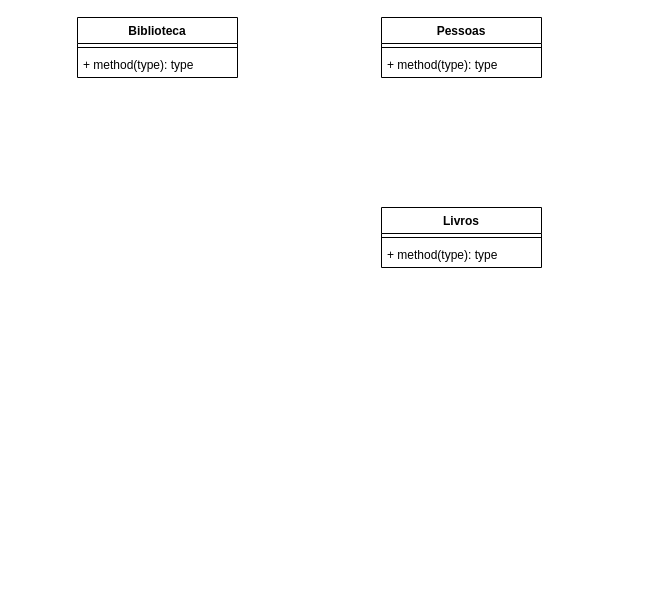
This is uml_biblioteca.drawio from vittoralcan/uml_biblioteca, a draw.io file, before an edit. Source tidied: cells renumbered, new cells numbered last; positions are measured from the earlier drawing's top-left corner, leaving out a move shared by most shapes. Both pictures are drawn from the tidied source at 100%, with x=0, y=0 at pixel (77, 17).
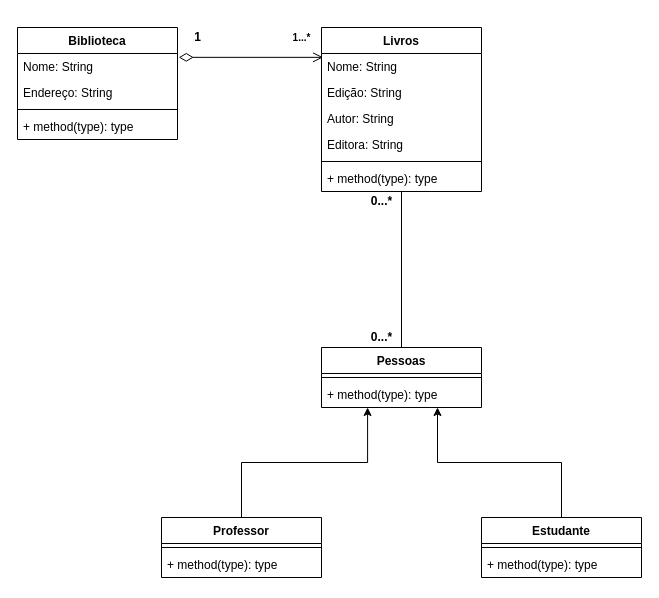
Above is the later version.

Commit message:
Novas alterações uml_biblioteca.drawio

The change refers to these unchanged cells:
```xml
<mxCell id="7" value="+ method(type): type" style="text;strokeColor=none;fillColor=none;align=left;verticalAlign=top;spacingLeft=4;spacingRight=4;overflow=hidden;points=[[0,0.5],[1,0.5]];portConstraint=eastwest;whiteSpace=wrap;html=1;" parent="5" vertex="1">
  <mxGeometry y="34" width="160" height="26" as="geometry" />
</mxCell>
```

The edit, as a diff of the source:
```diff
@@
     <mxCell id="2" value="Biblioteca" style="swimlane;fontStyle=1;align=center;verticalAlign=top;horizontal=1;startSize=26;whiteSpace=wrap;html=1;" parent="1" vertex="1">
-      <mxGeometry width="160" height="60" as="geometry" />
+      <mxGeometry x="-60" y="10" width="160" height="112" as="geometry" />
     </mxCell>
+    <mxCell id="11" value="Nome: String" style="text;strokeColor=none;fillColor=none;align=left;verticalAlign=top;spacingLeft=4;spacingRight=4;overflow=hidden;points=[[0,0.5],[1,0.5]];portConstraint=eastwest;whiteSpace=wrap;html=1;" parent="2" vertex="1">
+      <mxGeometry y="26" width="160" height="26" as="geometry" />
+    </mxCell>
+    <mxCell id="12" value="Endereço: String" style="text;strokeColor=none;fillColor=none;align=left;verticalAlign=top;spacingLeft=4;spacingRight=4;overflow=hidden;whiteSpace=wrap;html=1;" parent="2" vertex="1">
+      <mxGeometry y="52" width="160" height="26" as="geometry" />
+    </mxCell>
     <mxCell id="3" style="line;strokeWidth=1;fillColor=none;align=left;verticalAlign=middle;spacingTop=-1;spacingLeft=3;spacingRight=3;labelPosition=right;strokeColor=inherit;" parent="2" vertex="1">
-      <mxGeometry y="26" width="160" height="8" as="geometry" />
+      <mxGeometry y="78" width="160" height="8" as="geometry" />
     </mxCell>
     <mxCell id="4" value="+ method(type): type" style="text;strokeColor=none;fillColor=none;align=left;verticalAlign=top;spacingLeft=4;spacingRight=4;overflow=hidden;whiteSpace=wrap;html=1;" parent="2" vertex="1">
-      <mxGeometry y="34" width="160" height="26" as="geometry" />
+      <mxGeometry y="86" width="160" height="26" as="geometry" />
     </mxCell>
     <mxCell id="5" value="Pessoas" style="swimlane;fontStyle=1;align=center;verticalAlign=top;horizontal=1;startSize=26;whiteSpace=wrap;html=1;" parent="1" vertex="1">
-      <mxGeometry x="304" width="160" height="60" as="geometry" />
+      <mxGeometry x="244" y="330" width="160" height="60" as="geometry" />
     </mxCell>
@@
     <mxCell id="8" value="Livros" style="swimlane;fontStyle=1;align=center;verticalAlign=top;horizontal=1;startSize=26;whiteSpace=wrap;html=1;" parent="1" vertex="1">
-      <mxGeometry x="304" y="190" width="160" height="60" as="geometry" />
+      <mxGeometry x="244" y="10" width="160" height="164" as="geometry" />
     </mxCell>
+    <mxCell id="13" value="Nome: String" style="text;strokeColor=none;fillColor=none;align=left;verticalAlign=top;spacingLeft=4;spacingRight=4;overflow=hidden;points=[[0,0.5],[1,0.5]];portConstraint=eastwest;whiteSpace=wrap;html=1;" parent="8" vertex="1">
+      <mxGeometry y="26" width="160" height="26" as="geometry" />
+    </mxCell>
+    <mxCell id="14" value="Edição: String" style="text;strokeColor=none;fillColor=none;align=left;verticalAlign=top;spacingLeft=4;spacingRight=4;overflow=hidden;whiteSpace=wrap;html=1;" parent="8" vertex="1">
+      <mxGeometry y="52" width="160" height="26" as="geometry" />
+    </mxCell>
+    <mxCell id="15" value="Autor: String" style="text;strokeColor=none;fillColor=none;align=left;verticalAlign=top;spacingLeft=4;spacingRight=4;overflow=hidden;whiteSpace=wrap;html=1;" parent="8" vertex="1">
+      <mxGeometry y="78" width="160" height="26" as="geometry" />
+    </mxCell>
+    <mxCell id="16" value="Editora: String" style="text;strokeColor=none;fillColor=none;align=left;verticalAlign=top;spacingLeft=4;spacingRight=4;overflow=hidden;whiteSpace=wrap;html=1;" parent="8" vertex="1">
+      <mxGeometry y="104" width="160" height="26" as="geometry" />
+    </mxCell>
     <mxCell id="9" style="line;strokeWidth=1;fillColor=none;align=left;verticalAlign=middle;spacingTop=-1;spacingLeft=3;spacingRight=3;labelPosition=right;strokeColor=inherit;" parent="8" vertex="1">
-      <mxGeometry y="26" width="160" height="8" as="geometry" />
+      <mxGeometry y="130" width="160" height="8" as="geometry" />
     </mxCell>
     <mxCell id="10" value="+ method(type): type" style="text;strokeColor=none;fillColor=none;align=left;verticalAlign=top;spacingLeft=4;spacingRight=4;overflow=hidden;points=[[0,0.5],[1,0.5]];portConstraint=eastwest;whiteSpace=wrap;html=1;" parent="8" vertex="1">
-      <mxGeometry y="34" width="160" height="26" as="geometry" />
+      <mxGeometry y="138" width="160" height="26" as="geometry" />
     </mxCell>
+    <mxCell id="17" value="Professor" style="swimlane;fontStyle=1;align=center;verticalAlign=top;horizontal=1;startSize=26;whiteSpace=wrap;html=1;" parent="1" vertex="1">
+      <mxGeometry x="84" y="500" width="160" height="60" as="geometry" />
+    </mxCell>
+    <mxCell id="18" style="line;strokeWidth=1;fillColor=none;align=left;verticalAlign=middle;spacingTop=-1;spacingLeft=3;spacingRight=3;labelPosition=right;strokeColor=inherit;" parent="17" vertex="1">
+      <mxGeometry y="26" width="160" height="8" as="geometry" />
+    </mxCell>
+    <mxCell id="19" value="+ method(type): type" style="text;strokeColor=none;fillColor=none;align=left;verticalAlign=top;spacingLeft=4;spacingRight=4;overflow=hidden;whiteSpace=wrap;html=1;" parent="17" vertex="1">
+      <mxGeometry y="34" width="160" height="26" as="geometry" />
+    </mxCell>
+    <mxCell id="20" style="edgeStyle=orthogonalEdgeStyle;rounded=0;jettySize=auto;html=1;entryX=0.725;entryY=1;entryDx=0;entryDy=0;entryPerimeter=0;" parent="1" edge="1" source="21" target="7">
+      <mxGeometry relative="1" as="geometry" />
+    </mxCell>
+    <mxCell id="21" value="Estudante" style="swimlane;fontStyle=1;align=center;verticalAlign=top;horizontal=1;startSize=26;whiteSpace=wrap;html=1;" parent="1" vertex="1">
+      <mxGeometry x="404" y="500" width="160" height="60" as="geometry" />
+    </mxCell>
+    <mxCell id="22" style="line;strokeWidth=1;fillColor=none;align=left;verticalAlign=middle;spacingTop=-1;spacingLeft=3;spacingRight=3;labelPosition=right;strokeColor=inherit;" parent="21" vertex="1">
+      <mxGeometry y="26" width="160" height="8" as="geometry" />
+    </mxCell>
+    <mxCell id="23" value="+ method(type): type" style="text;strokeColor=none;fillColor=none;align=left;verticalAlign=top;spacingLeft=4;spacingRight=4;overflow=hidden;whiteSpace=wrap;html=1;" parent="21" vertex="1">
+      <mxGeometry y="34" width="160" height="26" as="geometry" />
+    </mxCell>
+    <mxCell id="24" style="edgeStyle=orthogonalEdgeStyle;rounded=0;jettySize=auto;html=1;entryX=0.288;entryY=1;entryDx=0;entryDy=0;entryPerimeter=0;" parent="1" edge="1" source="17" target="7">
+      <mxGeometry relative="1" as="geometry" />
+    </mxCell>
+    <mxCell id="25" style="edgeStyle=orthogonalEdgeStyle;rounded=0;jettySize=auto;html=1;entryX=0.5;entryY=1;entryDx=0;entryDy=0;entryPerimeter=0;endArrow=none;endFill=0;" parent="1" edge="1" source="5" target="10">
+      <mxGeometry relative="1" as="geometry" />
+    </mxCell>
+    <mxCell id="26" style="endArrow=diamondThin;endFill=0;endSize=12;html=1;rounded=0;entryX=1.008;entryY=0.148;entryDx=0;entryDy=0;entryPerimeter=0;startArrow=open;startFill=0;startSize=8;exitX=0.01;exitY=0.148;exitDx=0;exitDy=0;exitPerimeter=0;" parent="1" edge="1" source="13" target="11">
+      <mxGeometry relative="1" as="geometry" />
+    </mxCell>
+    <mxCell id="27" value="&lt;font style=&quot;font-size: 10px;&quot;&gt;1...*&lt;/font&gt;" style="text;align=center;fontStyle=1;verticalAlign=middle;spacingLeft=3;spacingRight=3;strokeColor=none;html=1;" parent="1" vertex="1">
+      <mxGeometry x="204" y="10" width="40" height="20" as="geometry" />
+    </mxCell>
+    <mxCell id="28" value="1" style="text;align=center;fontStyle=1;verticalAlign=middle;spacingLeft=3;spacingRight=3;strokeColor=none;html=1;" parent="1" vertex="1">
+      <mxGeometry x="100" y="10" width="40" height="20" as="geometry" />
+    </mxCell>
+    <mxCell id="29" value="0...*" style="text;align=center;fontStyle=1;verticalAlign=middle;spacingLeft=3;spacingRight=3;strokeColor=none;html=1;" parent="1" vertex="1">
+      <mxGeometry x="284" y="310" width="40" height="20" as="geometry" />
+    </mxCell>
+    <mxCell id="30" value="0...*" style="text;align=center;fontStyle=1;verticalAlign=middle;spacingLeft=3;spacingRight=3;strokeColor=none;html=1;" parent="1" vertex="1">
+      <mxGeometry x="284" y="174" width="40" height="20" as="geometry" />
+    </mxCell>
```
